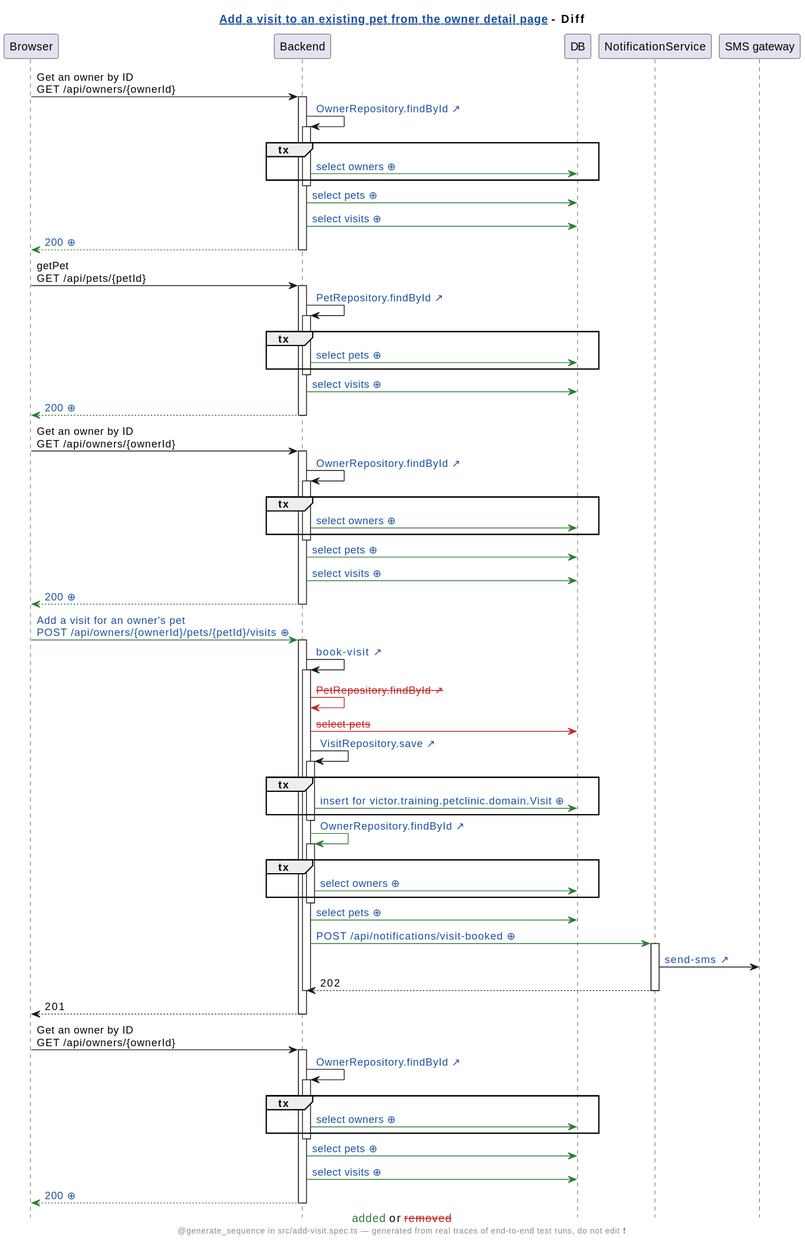
Winandvdb/human-review keeps this PlantUML diagram as demo/demo2/assets/diagrams/petclinic-test_generated_add-visit.spec.ts.add-a-visit-to-an-existing-pet-from-the-owner-detail-page.genseq.diff.svg. Above is the earlier version.
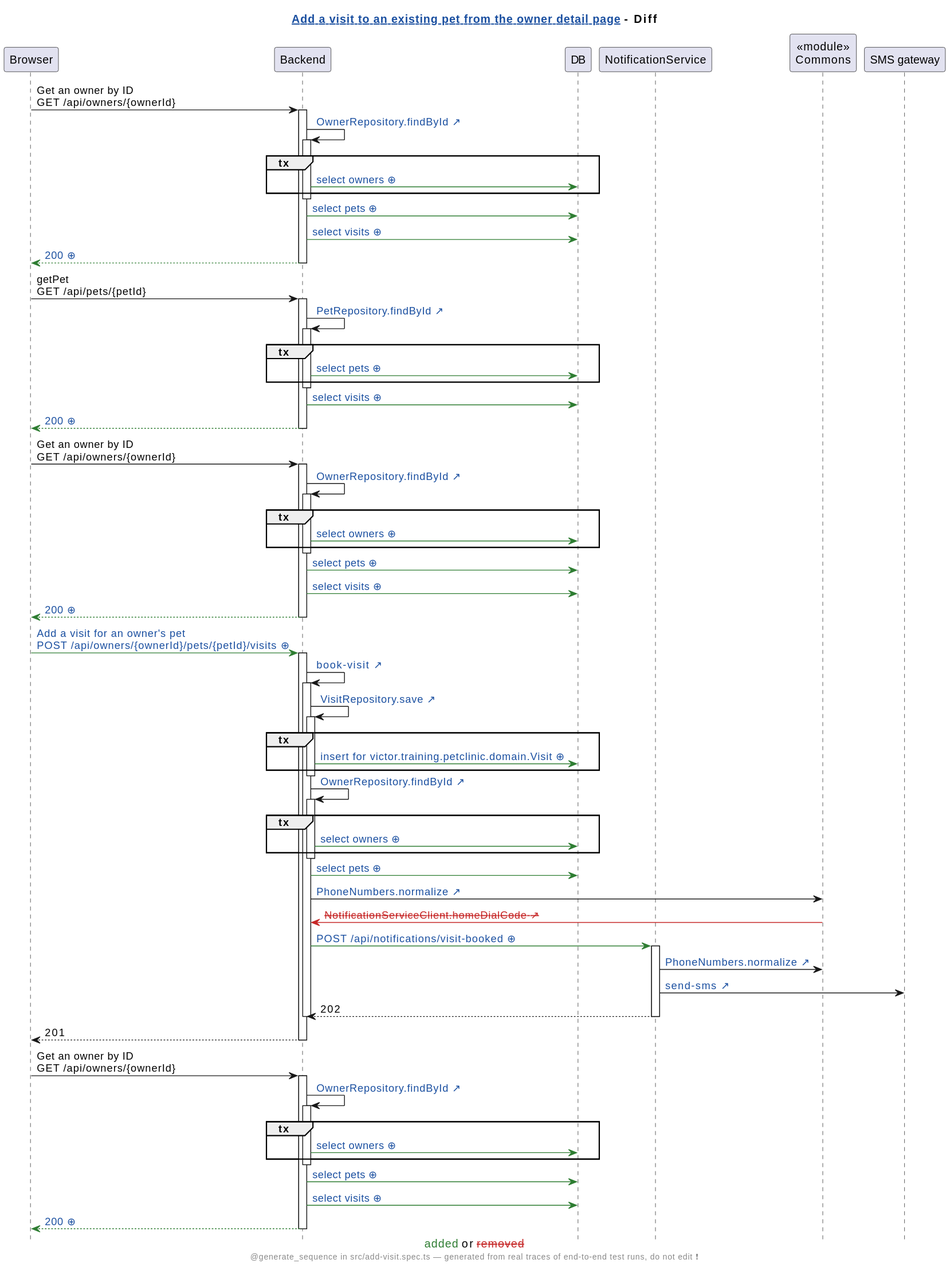
Above is the later version.

Change to the diagram source:
```diff
@@ -9,6 +9,7 @@
 participant Backend
 participant DB
 participant NotificationService
+participant "«module»\nCommons" as Commons
 participant "SMS gateway"
 Browser -> Backend: Get an owner by ID\nGET /api/owners/{ownerId}
 activate Backend
@@ -45,27 +46,28 @@
 Backend -[#2E7D32]> DB: [[genseq://16xt6fr{Click for the statement behind this call} select visits ⊕]]
 Backend -[#2E7D32]-> Browser: [[genseq://0x0vjb5{Click for this call’s JSON body} 200 ⊕]]
 deactivate Backend
-Browser -[#2E7D32]> Backend: [[genseq://076rjes{Click for this call’s JSON body} Add a visit for an owner's pet\nPOST /api/owners/{ownerId}/pets/{petId}/visits ⊕]]
+Browser -[#2E7D32]> Backend: [[genseq://0s79aod{Click for this call’s JSON body} Add a visit for an owner's pet\nPOST /api/owners/{ownerId}/pets/{petId}/visits ⊕]]
 activate Backend
 Backend -> Backend: [[src://petclinic-backend/src/main/java/victor/training/petclinic/rest/OwnerRestController.java:240{Click to open OwnerRestController.bookVisit} book-visit ↗]]
 activate Backend
-Backend -[#C62828]> Backend: <color:#C62828><s>PetRepository.findById ↗</s></color>
-Backend -[#C62828]> DB: <color:#C62828><s>select pets</s></color>
 Backend -> Backend: [[src://petclinic-backend/src/main/java/victor/training/petclinic/repository/VisitRepository.java:14{Click to open VisitRepository.save} VisitRepository.save ↗]]
 activate Backend
 group tx
-Backend -[#2E7D32]> DB: [[genseq://1ktllpv{Click for the statement behind this call} insert for victor.training.petclinic.domain.Visit ⊕]]
+Backend -[#2E7D32]> DB: [[genseq://07bek3u{Click for the statement behind this call} insert for victor.training.petclinic.domain.Visit ⊕]]
 end
 deactivate Backend
-Backend -[#2E7D32]> Backend: [[src://petclinic-backend/src/main/java/victor/training/petclinic/repository/OwnerRepository.java:28{Click to open OwnerRepository.findById} OwnerRepository.findById ↗]]
+Backend -> Backend: [[src://petclinic-backend/src/main/java/victor/training/petclinic/repository/OwnerRepository.java:28{Click to open OwnerRepository.findById} OwnerRepository.findById ↗]]
 activate Backend
 group tx
 Backend -[#2E7D32]> DB: [[genseq://083xusu{Click for the statement behind this call} select owners ⊕]]
 end
 deactivate Backend
 Backend -[#2E7D32]> DB: [[genseq://0j0trn8{Click for the statement behind this call} select pets ⊕]]
-Backend -[#2E7D32]> NotificationService: [[genseq://0a5r3wo{Click for this call’s JSON body} POST /api/notifications/visit-booked ⊕]]
+Backend -> Commons: [[src://petclinic-commons/src/main/java/victor/training/commons/PhoneNumbers.java:8{Click to open PhoneNumbers.normalize} PhoneNumbers.normalize ↗]]
+Commons -[#C62828]> Backend: <color:#C62828><s>NotificationServiceClient.homeDialCode ↗</s></color>
+Backend -[#2E7D32]> NotificationService: [[genseq://06g5a1e{Click for this call’s JSON body} POST /api/notifications/visit-booked ⊕]]
 activate NotificationService
+NotificationService -> Commons: [[src://petclinic-commons/src/main/java/victor/training/commons/PhoneNumbers.java:8{Click to open PhoneNumbers.normalize} PhoneNumbers.normalize ↗]]
 NotificationService -> "SMS gateway": [[src://notification-service/src/main/java/victor/training/notification/SmsGateway.java:23{Click to open SmsGateway.send} send-sms ↗]]
 NotificationService --> Backend: 202
 deactivate NotificationService
@@ -82,6 +84,6 @@
 deactivate Backend
 Backend -[#2E7D32]> DB: [[genseq://0j0trn8{Click for the statement behind this call} select pets ⊕]]
 Backend -[#2E7D32]> DB: [[genseq://16xt6fr{Click for the statement behind this call} select visits ⊕]]
-Backend -[#2E7D32]-> Browser: [[genseq://0qgxojx{Click for this call’s JSON body} 200 ⊕]]
+Backend -[#2E7D32]-> Browser: [[genseq://0julin6{Click for this call’s JSON body} 200 ⊕]]
 deactivate Backend
 @enduml
```
